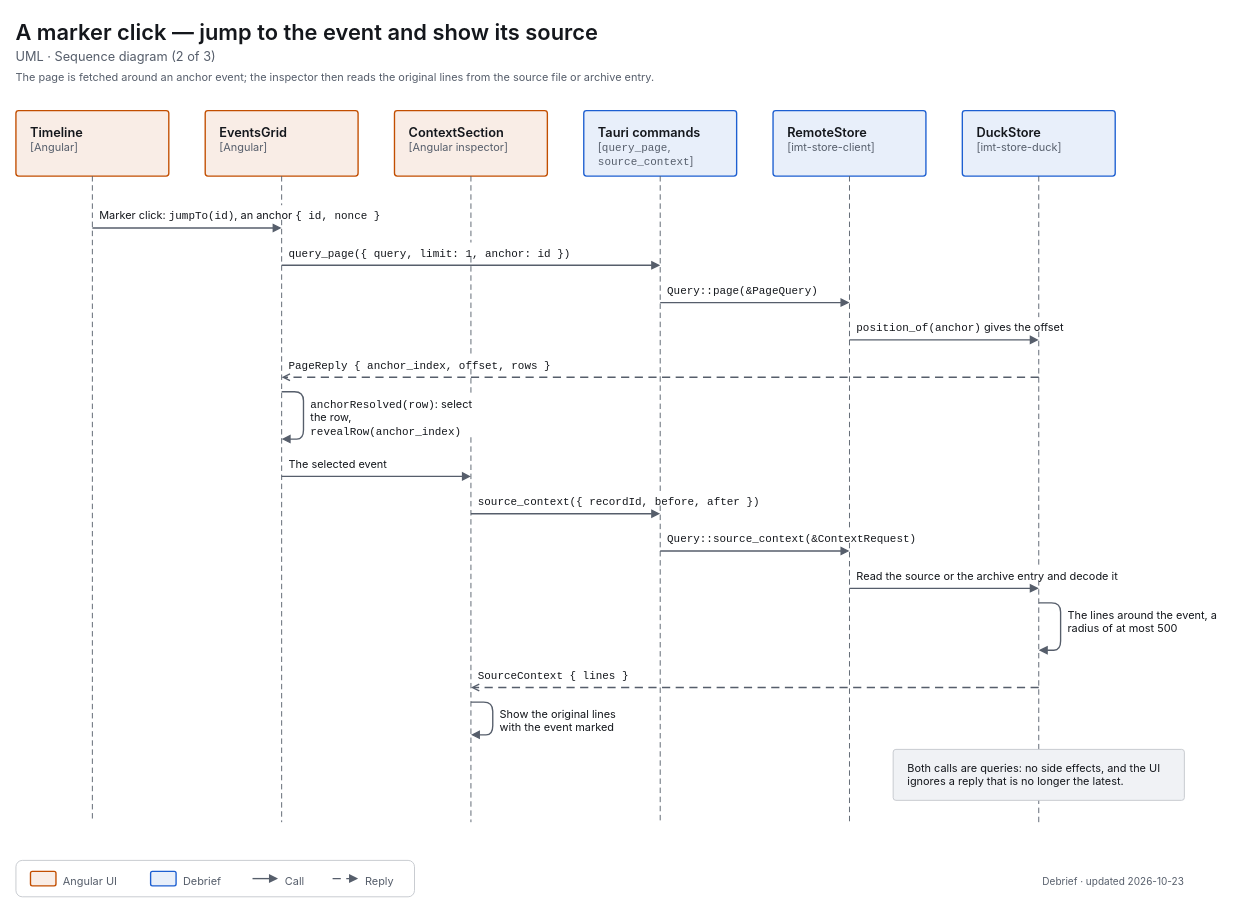
Above: docs/diagrams/uml-seq-marker-jump.drawio in decryp7/integrated_maintenance_tool (draw.io), before the change. Source tidied: cells renumbered, new cells numbered last; positions are measured from the earlier drawing's top-left corner, leaving out a move shared by most shapes. Both pictures are drawn from the tidied source at 91%, with x=0, y=0 at pixel (15, 15).
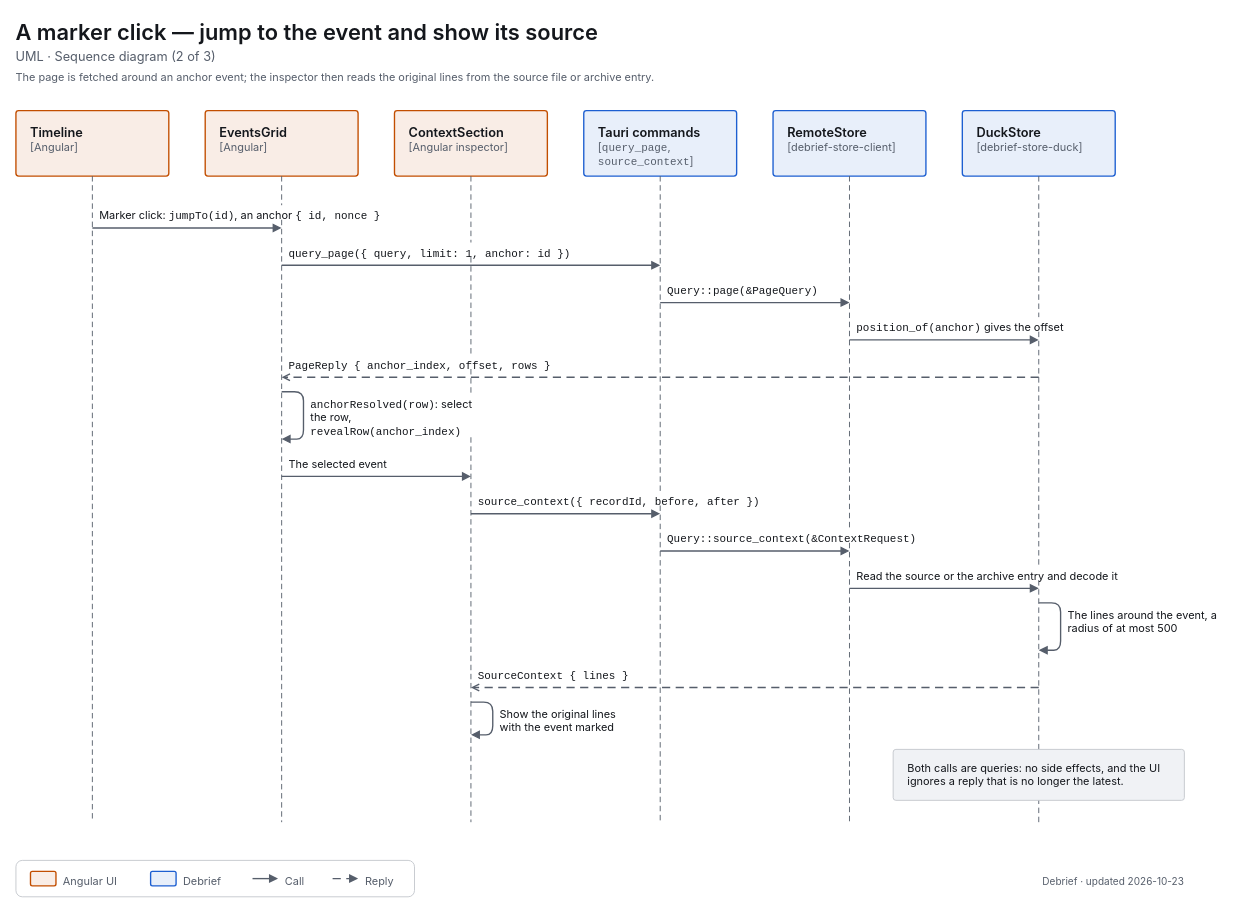
The same page after the edit.

The edit, as a diff of the source:
```diff
@@
-    <mxCell id="9" value="&lt;span style=&quot;font-size:14px;font-weight:600&quot;&gt;RemoteStore&lt;/span&gt;&lt;br&gt;&lt;span style=&quot;font-size:12px;color:light-dark(#565E6B,#A0A7B2)&quot;&gt;[imt-store-client]&lt;/span&gt;" style="html=1;whiteSpace=wrap;fontFamily=-apple-system,BlinkMacSystemFont,Segoe UI,system-ui,sans-serif;fontSize=12;fontColor=light-dark(#14171C,#ECEEF1);rounded=1;absoluteArcSize=1;arcSize=6;strokeWidth=1.5;strokeColor=light-dark(#1D5FD1,#5B9BFF);fillColor=light-dark(#E8EFFA,#202C3F);align=left;verticalAlign=top;spacingLeft=14;spacingRight=14;spacingTop=10;spacingBottom=8;" parent="1" vertex="1">
+    <mxCell id="9" value="&lt;span style=&quot;font-size:14px;font-weight:600&quot;&gt;RemoteStore&lt;/span&gt;&lt;br&gt;&lt;span style=&quot;font-size:12px;color:light-dark(#565E6B,#A0A7B2)&quot;&gt;[debrief-store-client]&lt;/span&gt;" style="html=1;whiteSpace=wrap;fontFamily=-apple-system,BlinkMacSystemFont,Segoe UI,system-ui,sans-serif;fontSize=12;fontColor=light-dark(#14171C,#ECEEF1);rounded=1;absoluteArcSize=1;arcSize=6;strokeWidth=1.5;strokeColor=light-dark(#1D5FD1,#5B9BFF);fillColor=light-dark(#E8EFFA,#202C3F);align=left;verticalAlign=top;spacingLeft=14;spacingRight=14;spacingTop=10;spacingBottom=8;" parent="1" vertex="1">
       <mxGeometry x="832" y="104" width="168" height="72" as="geometry" />
     </mxCell>
-    <mxCell id="10" value="&lt;span style=&quot;font-size:14px;font-weight:600&quot;&gt;DuckStore&lt;/span&gt;&lt;br&gt;&lt;span style=&quot;font-size:12px;color:light-dark(#565E6B,#A0A7B2)&quot;&gt;[imt-store-duck]&lt;/span&gt;" style="html=1;whiteSpace=wrap;fontFamily=-apple-system,BlinkMacSystemFont,Segoe UI,system-ui,sans-serif;fontSize=12;fontColor=light-dark(#14171C,#ECEEF1);rounded=1;absoluteArcSize=1;arcSize=6;strokeWidth=1.5;strokeColor=light-dark(#1D5FD1,#5B9BFF);fillColor=light-dark(#E8EFFA,#202C3F);align=left;verticalAlign=top;spacingLeft=14;spacingRight=14;spacingTop=10;spacingBottom=8;" parent="1" vertex="1">
+    <mxCell id="10" value="&lt;span style=&quot;font-size:14px;font-weight:600&quot;&gt;DuckStore&lt;/span&gt;&lt;br&gt;&lt;span style=&quot;font-size:12px;color:light-dark(#565E6B,#A0A7B2)&quot;&gt;[debrief-store-duck]&lt;/span&gt;" style="html=1;whiteSpace=wrap;fontFamily=-apple-system,BlinkMacSystemFont,Segoe UI,system-ui,sans-serif;fontSize=12;fontColor=light-dark(#14171C,#ECEEF1);rounded=1;absoluteArcSize=1;arcSize=6;strokeWidth=1.5;strokeColor=light-dark(#1D5FD1,#5B9BFF);fillColor=light-dark(#E8EFFA,#202C3F);align=left;verticalAlign=top;spacingLeft=14;spacingRight=14;spacingTop=10;spacingBottom=8;" parent="1" vertex="1">
       <mxGeometry x="1040" y="104" width="168" height="72" as="geometry" />
     </mxCell>
```
